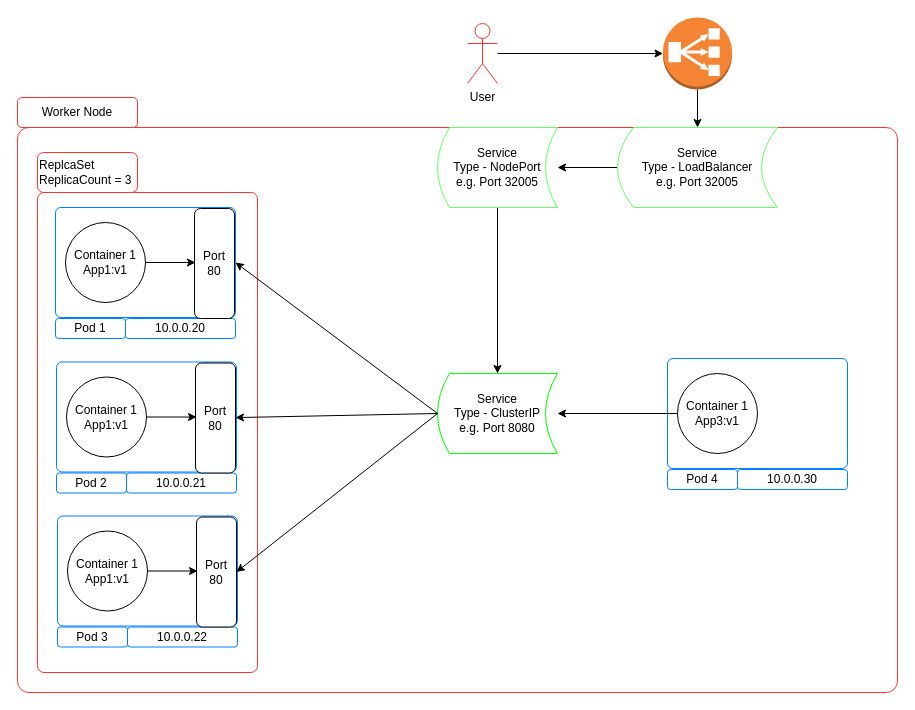
prabhatsharma/draw.io keeps this draw.io diagram as page "Service-3" (12 of 13) of pod.drawio. Above is the earlier version. Source tidied: cells renumbered, new cells numbered last; positions are measured from the earlier drawing's top-left corner, leaving out a move shared by most shapes. Both pictures are drawn from the tidied source at 100%, with x=0, y=0 at pixel (17, 17).
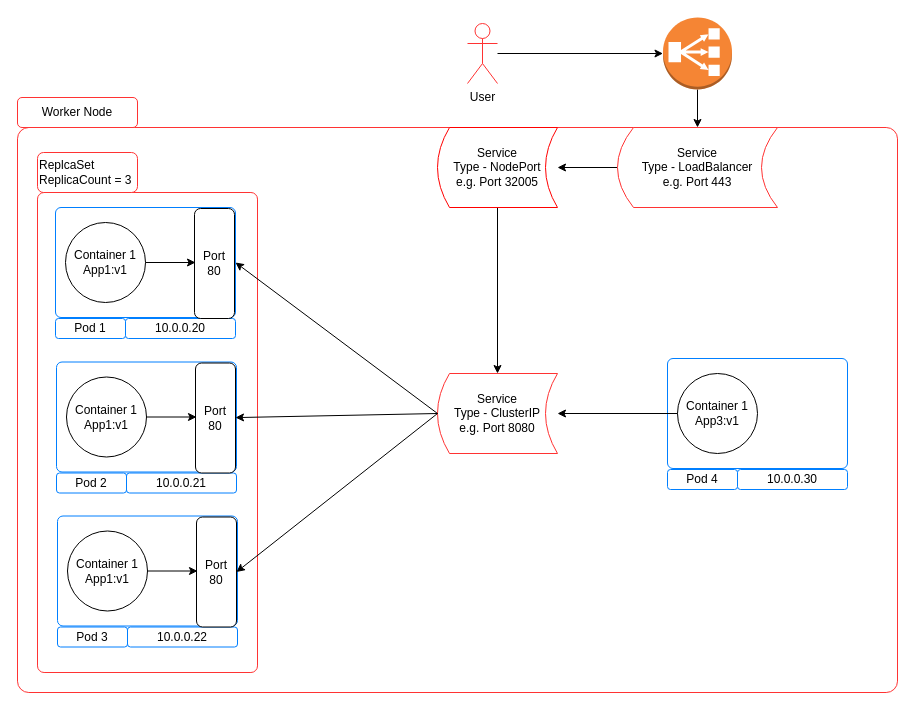
The same page after the edit.

Diff of the diagram source:
```diff
@@
-    <mxCell id="28" value="Service&lt;br&gt;Type - ClusterIP&lt;br&gt;e.g. Port 8080" style="shape=dataStorage;whiteSpace=wrap;html=1;strokeColor=#00FF00;" parent="1" vertex="1">
+    <mxCell id="28" value="Service&lt;br&gt;Type - ClusterIP&lt;br&gt;e.g. Port 8080" style="shape=dataStorage;whiteSpace=wrap;html=1;strokeColor=#FF3333;" parent="1" vertex="1">
       <mxGeometry x="420" y="356" width="120" height="80" as="geometry" />
     </mxCell>
@@
-    <mxCell id="40" value="Service&lt;br&gt;Type - NodePort&lt;br&gt;e.g. Port 32005" style="shape=dataStorage;whiteSpace=wrap;html=1;strokeColor=#66FF66;" parent="1" vertex="1">
+    <mxCell id="40" value="Service&lt;br&gt;Type - NodePort&lt;br&gt;e.g. Port 32005" style="shape=dataStorage;whiteSpace=wrap;html=1;strokeColor=#FF0000;" parent="1" vertex="1">
       <mxGeometry x="420" y="110" width="120" height="80" as="geometry" />
     </mxCell>
@@
-    <mxCell id="44" value="Service&lt;br&gt;Type - LoadBalancer&lt;br&gt;e.g. Port 32005" style="shape=dataStorage;whiteSpace=wrap;html=1;strokeColor=#66FF66;" parent="1" vertex="1">
+    <mxCell id="44" value="Service&lt;br&gt;Type - LoadBalancer&lt;br&gt;e.g. Port 443" style="shape=dataStorage;whiteSpace=wrap;html=1;strokeColor=#FF3333;" parent="1" vertex="1">
       <mxGeometry x="600" y="110" width="160" height="80" as="geometry" />
     </mxCell>
```
